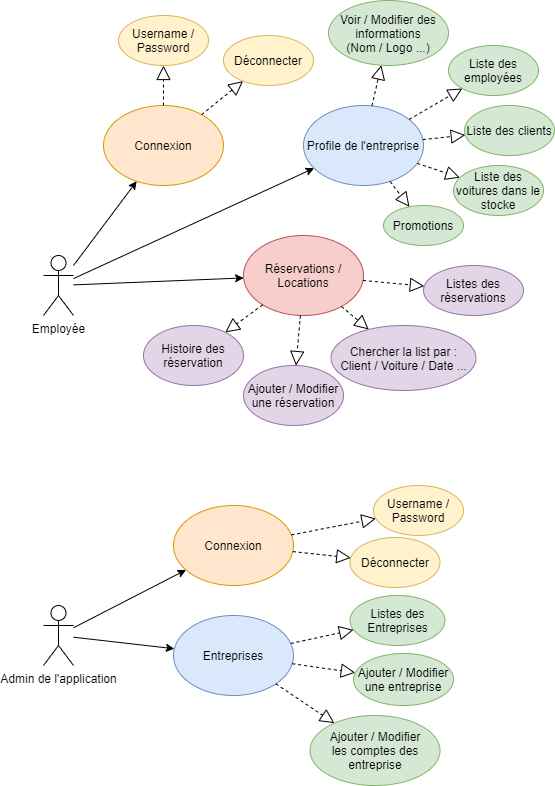
This is diagrammes/cas d'utilisation.png from AnassEl3/gestionAgenceVoiture, a draw.io export, as it was before one commit. Source tidied: cells renumbered, new cells last; positions are measured from the earlier drawing's top-left corner, leaving out a move shared by most shapes.
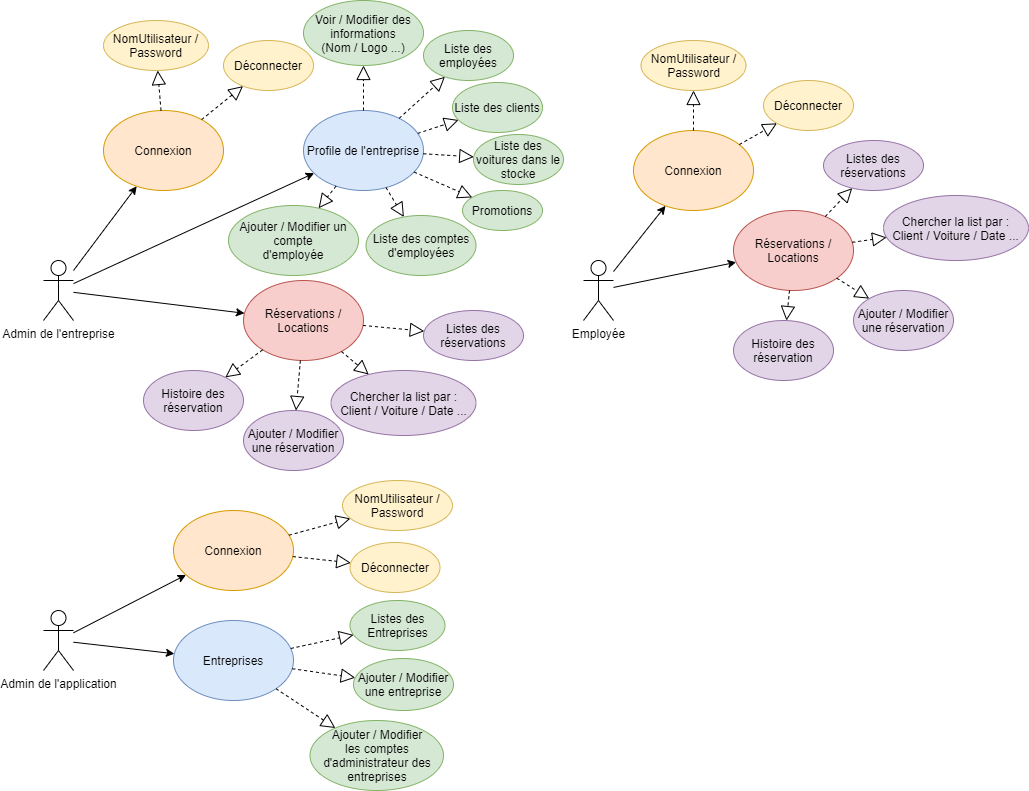
After the commit.

What changed in the source:
```diff
@@ -2,7 +2,7 @@
   <root>
     <mxCell id="0" />
     <mxCell id="1" parent="0" />
-    <mxCell id="2" value="Employée" style="shape=umlActor;verticalLabelPosition=bottom;verticalAlign=top;html=1;outlineConnect=0;" parent="1" vertex="1">
+    <mxCell id="2" value="Admin de l'entreprise" style="shape=umlActor;verticalLabelPosition=bottom;verticalAlign=top;html=1;outlineConnect=0;" parent="1" vertex="1">
       <mxGeometry y="255" width="30" height="60" as="geometry" />
     </mxCell>
     <mxCell id="3" value="Admin de l'application" style="shape=umlActor;verticalLabelPosition=bottom;verticalAlign=top;html=1;outlineConnect=0;" parent="1" vertex="1">
@@ -23,8 +23,8 @@
     <mxCell id="8" style="endArrow=block;dashed=1;endFill=0;endSize=12;html=1;rounded=0;" parent="1" edge="1" source="4" target="9">
       <mxGeometry relative="1" as="geometry" />
     </mxCell>
-    <mxCell id="9" value="Username / Password" style="ellipse;whiteSpace=wrap;html=1;fillColor=#fff2cc;strokeColor=#d6b656;" parent="1" vertex="1">
-      <mxGeometry x="75" y="15" width="90" height="50" as="geometry" />
+    <mxCell id="9" value="NomUtilisateur / Password" style="ellipse;whiteSpace=wrap;html=1;fillColor=#fff2cc;strokeColor=#d6b656;" parent="1" vertex="1">
+      <mxGeometry x="60" y="15" width="105" height="50" as="geometry" />
     </mxCell>
     <mxCell id="10" value="Déconnecter" style="ellipse;whiteSpace=wrap;html=1;fillColor=#fff2cc;strokeColor=#d6b656;" parent="1" vertex="1">
       <mxGeometry x="180" y="35" width="90" height="50" as="geometry" />
@@ -33,16 +33,16 @@
       <mxGeometry relative="1" as="geometry" />
     </mxCell>
     <mxCell id="12" value="Voir / Modifier des informations&lt;br&gt;(Nom / Logo ...)" style="ellipse;whiteSpace=wrap;html=1;fillColor=#d5e8d4;strokeColor=#82b366;" parent="1" vertex="1">
-      <mxGeometry x="285" width="120" height="65" as="geometry" />
+      <mxGeometry x="260" y="-5" width="120" height="65" as="geometry" />
     </mxCell>
     <mxCell id="13" value="Liste des employées" style="ellipse;whiteSpace=wrap;html=1;fillColor=#d5e8d4;strokeColor=#82b366;" parent="1" vertex="1">
-      <mxGeometry x="405" y="45" width="90" height="50" as="geometry" />
+      <mxGeometry x="380" y="25" width="90" height="50" as="geometry" />
     </mxCell>
     <mxCell id="14" value="Liste des clients" style="ellipse;whiteSpace=wrap;html=1;fillColor=#d5e8d4;strokeColor=#82b366;" parent="1" vertex="1">
-      <mxGeometry x="421" y="105" width="90" height="50" as="geometry" />
+      <mxGeometry x="409" y="77" width="90" height="50" as="geometry" />
     </mxCell>
     <mxCell id="15" value="Liste des voitures dans le stocke" style="ellipse;whiteSpace=wrap;html=1;fillColor=#d5e8d4;strokeColor=#82b366;" parent="1" vertex="1">
-      <mxGeometry x="410" y="165" width="90" height="50" as="geometry" />
+      <mxGeometry x="430" y="129" width="90" height="50" as="geometry" />
     </mxCell>
     <mxCell id="16" style="endArrow=block;dashed=1;endFill=0;endSize=12;html=1;rounded=0;" parent="1" edge="1" source="5" target="12">
       <mxGeometry relative="1" as="geometry" />
@@ -57,31 +57,31 @@
       <mxGeometry relative="1" as="geometry" />
     </mxCell>
     <mxCell id="20" value="Réservations / Locations" style="ellipse;whiteSpace=wrap;html=1;fillColor=#f8cecc;strokeColor=#b85450;" parent="1" vertex="1">
-      <mxGeometry x="200" y="235" width="120" height="80" as="geometry" />
+      <mxGeometry x="200" y="275" width="120" height="80" as="geometry" />
     </mxCell>
     <mxCell id="21" style="endArrow=classic;html=1;rounded=0;" parent="1" edge="1" source="2" target="20">
       <mxGeometry relative="1" as="geometry" />
     </mxCell>
     <mxCell id="22" value="Listes des réservations" style="ellipse;whiteSpace=wrap;html=1;fillColor=#e1d5e7;strokeColor=#9673a6;" parent="1" vertex="1">
-      <mxGeometry x="380" y="265" width="100" height="50" as="geometry" />
+      <mxGeometry x="380" y="305" width="100" height="50" as="geometry" />
     </mxCell>
     <mxCell id="23" style="endArrow=block;dashed=1;endFill=0;endSize=12;html=1;rounded=0;" parent="1" edge="1" source="20" target="22">
       <mxGeometry relative="1" as="geometry" />
     </mxCell>
     <mxCell id="24" value="Promotions" style="ellipse;whiteSpace=wrap;html=1;fillColor=#d5e8d4;strokeColor=#82b366;" parent="1" vertex="1">
-      <mxGeometry x="340" y="205" width="80" height="40" as="geometry" />
+      <mxGeometry x="419" y="185" width="80" height="40" as="geometry" />
     </mxCell>
     <mxCell id="25" style="endArrow=block;dashed=1;endFill=0;endSize=12;html=1;rounded=0;" parent="1" edge="1" source="5" target="24">
       <mxGeometry relative="1" as="geometry" />
     </mxCell>
     <mxCell id="26" value="Ajouter / Modifier une réservation" style="ellipse;whiteSpace=wrap;html=1;fillColor=#e1d5e7;strokeColor=#9673a6;" parent="1" vertex="1">
-      <mxGeometry x="200" y="365" width="100" height="60" as="geometry" />
+      <mxGeometry x="200" y="405" width="100" height="60" as="geometry" />
     </mxCell>
     <mxCell id="27" style="endArrow=block;dashed=1;endFill=0;endSize=12;html=1;rounded=0;" parent="1" edge="1" source="20" target="26">
       <mxGeometry relative="1" as="geometry" />
     </mxCell>
     <mxCell id="28" value="Chercher la list par :&lt;br&gt;Client / Voiture / Date ..." style="ellipse;whiteSpace=wrap;html=1;fillColor=#e1d5e7;strokeColor=#9673a6;" parent="1" vertex="1">
-      <mxGeometry x="287.5" y="325" width="145" height="65" as="geometry" />
+      <mxGeometry x="287.5" y="365" width="145" height="65" as="geometry" />
     </mxCell>
     <mxCell id="29" style="endArrow=block;dashed=1;endFill=0;endSize=12;html=1;rounded=0;" parent="1" edge="1" source="20" target="28">
       <mxGeometry relative="1" as="geometry" />
@@ -95,8 +95,8 @@
     <mxCell id="32" style="endArrow=block;dashed=1;endFill=0;endSize=12;html=1;rounded=0;" parent="1" edge="1" source="30" target="33">
       <mxGeometry relative="1" as="geometry" />
     </mxCell>
-    <mxCell id="33" value="Username / Password" style="ellipse;whiteSpace=wrap;html=1;fillColor=#fff2cc;strokeColor=#d6b656;" parent="1" vertex="1">
-      <mxGeometry x="330" y="485" width="90" height="50" as="geometry" />
+    <mxCell id="33" value="NomUtilisateur&amp;nbsp;/ Password" style="ellipse;whiteSpace=wrap;html=1;fillColor=#fff2cc;strokeColor=#d6b656;" parent="1" vertex="1">
+      <mxGeometry x="299" y="475" width="110" height="50" as="geometry" />
     </mxCell>
     <mxCell id="34" value="Déconnecter" style="ellipse;whiteSpace=wrap;html=1;fillColor=#fff2cc;strokeColor=#d6b656;" parent="1" vertex="1">
       <mxGeometry x="306.5" y="537" width="90" height="50" as="geometry" />
@@ -122,17 +122,110 @@
     <mxCell id="41" style="endArrow=block;dashed=1;endFill=0;endSize=12;html=1;rounded=0;" parent="1" edge="1" source="36" target="40">
       <mxGeometry relative="1" as="geometry" />
     </mxCell>
-    <mxCell id="42" value="Ajouter / Modifier&lt;br&gt;les comptes des entreprise" style="ellipse;whiteSpace=wrap;html=1;fillColor=#d5e8d4;strokeColor=#82b366;" parent="1" vertex="1">
-      <mxGeometry x="266.5" y="715" width="130" height="70" as="geometry" />
+    <mxCell id="42" value="Ajouter / Modifier&lt;br&gt;les comptes d'administrateur des entreprises" style="ellipse;whiteSpace=wrap;html=1;fillColor=#d5e8d4;strokeColor=#82b366;" parent="1" vertex="1">
+      <mxGeometry x="266.5" y="715" width="133.5" height="70" as="geometry" />
     </mxCell>
     <mxCell id="43" style="endArrow=block;dashed=1;endFill=0;endSize=12;html=1;rounded=0;" parent="1" edge="1" source="36" target="42">
       <mxGeometry relative="1" as="geometry" />
     </mxCell>
     <mxCell id="44" value="Histoire des réservation" style="ellipse;whiteSpace=wrap;html=1;fillColor=#e1d5e7;strokeColor=#9673a6;" parent="1" vertex="1">
-      <mxGeometry x="100" y="325" width="100" height="60" as="geometry" />
+      <mxGeometry x="100" y="365" width="100" height="60" as="geometry" />
     </mxCell>
     <mxCell id="45" style="endArrow=block;dashed=1;endFill=0;endSize=12;html=1;rounded=0;" parent="1" edge="1" source="20" target="44">
       <mxGeometry relative="1" as="geometry" />
     </mxCell>
+    <mxCell id="46" value="Liste des comptes&lt;br&gt;d'employées" style="ellipse;whiteSpace=wrap;html=1;fillColor=#d5e8d4;strokeColor=#82b366;" parent="1" vertex="1">
+      <mxGeometry x="322.5" y="210" width="110" height="60" as="geometry" />
+    </mxCell>
+    <mxCell id="47" style="endArrow=block;dashed=1;endFill=0;endSize=12;html=1;rounded=0;" parent="1" edge="1" source="5" target="46">
+      <mxGeometry relative="1" as="geometry" />
+    </mxCell>
+    <mxCell id="48" value="Employée" style="shape=umlActor;verticalLabelPosition=bottom;verticalAlign=top;html=1;outlineConnect=0;" parent="1" vertex="1">
+      <mxGeometry x="540" y="255" width="30" height="60" as="geometry" />
+    </mxCell>
+    <mxCell id="49" value="Connexion" style="ellipse;whiteSpace=wrap;html=1;fillColor=#ffe6cc;strokeColor=#d79b00;" parent="1" vertex="1">
+      <mxGeometry x="590" y="125" width="120" height="80" as="geometry" />
+    </mxCell>
+    <mxCell id="50" style="endArrow=classic;html=1;rounded=0;" parent="1" edge="1" source="48" target="49">
+      <mxGeometry relative="1" as="geometry" />
+    </mxCell>
+    <mxCell id="51" style="endArrow=block;dashed=1;endFill=0;endSize=12;html=1;rounded=0;" parent="1" edge="1" source="49" target="52">
+      <mxGeometry relative="1" as="geometry" />
+    </mxCell>
+    <mxCell id="52" value="NomUtilisateur / Password" style="ellipse;whiteSpace=wrap;html=1;fillColor=#fff2cc;strokeColor=#d6b656;" parent="1" vertex="1">
+      <mxGeometry x="597.5" y="35" width="105" height="50" as="geometry" />
+    </mxCell>
+    <mxCell id="53" value="Déconnecter" style="ellipse;whiteSpace=wrap;html=1;fillColor=#fff2cc;strokeColor=#d6b656;" parent="1" vertex="1">
+      <mxGeometry x="720" y="75" width="90" height="50" as="geometry" />
+    </mxCell>
+    <mxCell id="54" style="endArrow=block;dashed=1;endFill=0;endSize=12;html=1;rounded=0;" parent="1" edge="1" source="49" target="53">
+      <mxGeometry relative="1" as="geometry" />
+    </mxCell>
+    <mxCell id="55" style="endArrow=block;dashed=1;endFill=0;endSize=12;html=1;rounded=0;" parent="1" edge="1" target="x">
+      <mxGeometry relative="1" as="geometry">
+        <mxPoint x="868.4" y="105.4" as="sourcePoint" />
+      </mxGeometry>
+    </mxCell>
+    <mxCell id="56" style="endArrow=block;dashed=1;endFill=0;endSize=12;html=1;rounded=0;" parent="1" edge="1" target="x">
+      <mxGeometry relative="1" as="geometry">
+        <mxPoint x="905.6" y="119" as="sourcePoint" />
+      </mxGeometry>
+    </mxCell>
+    <mxCell id="57" style="endArrow=block;dashed=1;endFill=0;endSize=12;html=1;rounded=0;" parent="1" edge="1" target="x">
+      <mxGeometry relative="1" as="geometry">
+        <mxPoint x="919.3" y="139.1" as="sourcePoint" />
+      </mxGeometry>
+    </mxCell>
+    <mxCell id="58" style="endArrow=block;dashed=1;endFill=0;endSize=12;html=1;rounded=0;" parent="1" edge="1" target="x">
+      <mxGeometry relative="1" as="geometry">
+        <mxPoint x="913.7" y="162.9" as="sourcePoint" />
+      </mxGeometry>
+    </mxCell>
+    <mxCell id="59" value="Réservations / Locations" style="ellipse;whiteSpace=wrap;html=1;fillColor=#f8cecc;strokeColor=#b85450;" parent="1" vertex="1">
+      <mxGeometry x="690" y="205" width="120" height="80" as="geometry" />
+    </mxCell>
+    <mxCell id="60" style="endArrow=classic;html=1;rounded=0;" parent="1" edge="1" source="48" target="59">
+      <mxGeometry relative="1" as="geometry" />
+    </mxCell>
+    <mxCell id="61" value="Listes des réservations" style="ellipse;whiteSpace=wrap;html=1;fillColor=#e1d5e7;strokeColor=#9673a6;" parent="1" vertex="1">
+      <mxGeometry x="780" y="135" width="100" height="50" as="geometry" />
+    </mxCell>
+    <mxCell id="62" style="endArrow=block;dashed=1;endFill=0;endSize=12;html=1;rounded=0;" parent="1" edge="1" source="59" target="61">
+      <mxGeometry relative="1" as="geometry" />
+    </mxCell>
+    <mxCell id="63" style="endArrow=block;dashed=1;endFill=0;endSize=12;html=1;rounded=0;" parent="1" edge="1" target="x">
+      <mxGeometry relative="1" as="geometry">
+        <mxPoint x="886.5" y="180.9" as="sourcePoint" />
+      </mxGeometry>
+    </mxCell>
+    <mxCell id="64" value="Ajouter / Modifier une réservation" style="ellipse;whiteSpace=wrap;html=1;fillColor=#e1d5e7;strokeColor=#9673a6;" parent="1" vertex="1">
+      <mxGeometry x="810" y="285" width="100" height="60" as="geometry" />
+    </mxCell>
+    <mxCell id="65" style="endArrow=block;dashed=1;endFill=0;endSize=12;html=1;rounded=0;" parent="1" edge="1" source="59" target="64">
+      <mxGeometry relative="1" as="geometry" />
+    </mxCell>
+    <mxCell id="66" value="Chercher la list par :&lt;br&gt;Client / Voiture / Date ..." style="ellipse;whiteSpace=wrap;html=1;fillColor=#e1d5e7;strokeColor=#9673a6;" parent="1" vertex="1">
+      <mxGeometry x="840" y="190" width="145" height="65" as="geometry" />
+    </mxCell>
+    <mxCell id="67" style="endArrow=block;dashed=1;endFill=0;endSize=12;html=1;rounded=0;" parent="1" edge="1" source="59" target="66">
+      <mxGeometry relative="1" as="geometry" />
+    </mxCell>
+    <mxCell id="68" value="Histoire des réservation" style="ellipse;whiteSpace=wrap;html=1;fillColor=#e1d5e7;strokeColor=#9673a6;" parent="1" vertex="1">
+      <mxGeometry x="690" y="315" width="100" height="60" as="geometry" />
+    </mxCell>
+    <mxCell id="69" style="endArrow=block;dashed=1;endFill=0;endSize=12;html=1;rounded=0;" parent="1" edge="1" source="59" target="68">
+      <mxGeometry relative="1" as="geometry" />
+    </mxCell>
+    <mxCell id="70" style="endArrow=block;dashed=1;endFill=0;endSize=12;html=1;rounded=0;" parent="1" edge="1" target="x">
+      <mxGeometry relative="1" as="geometry">
+        <mxPoint x="844.5" y="183.6" as="sourcePoint" />
+      </mxGeometry>
+    </mxCell>
+    <mxCell id="71" value="Ajouter / Modifier un compte&lt;br&gt;d'employée" style="ellipse;whiteSpace=wrap;html=1;fillColor=#d5e8d4;strokeColor=#82b366;" parent="1" vertex="1">
+      <mxGeometry x="185" y="200" width="130" height="70" as="geometry" />
+    </mxCell>
+    <mxCell id="72" style="endArrow=block;dashed=1;endFill=0;endSize=12;html=1;rounded=0;" parent="1" edge="1" source="5" target="71">
+      <mxGeometry relative="1" as="geometry" />
+    </mxCell>
   </root>
 </mxGraphModel>
```
